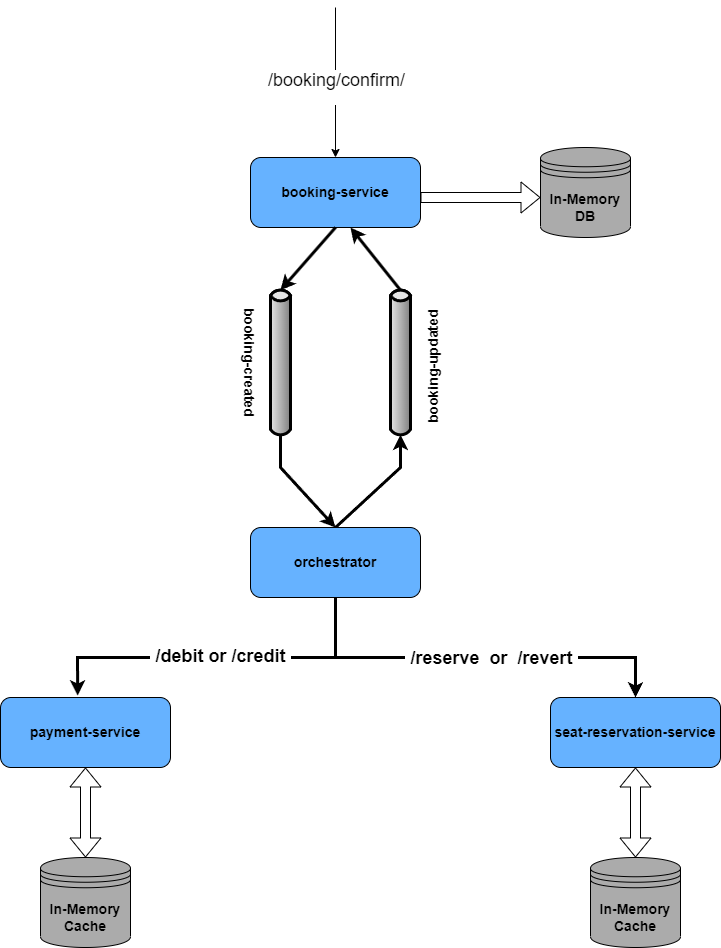
iam-devarch/flight-booking-saga-pattern keeps this draw.io diagram as images/saga-orchestrator.png. Above is the earlier version. Source tidied: cells renumbered, new cells last; positions are measured from the earlier drawing's top-left corner, leaving out a move shared by most shapes.
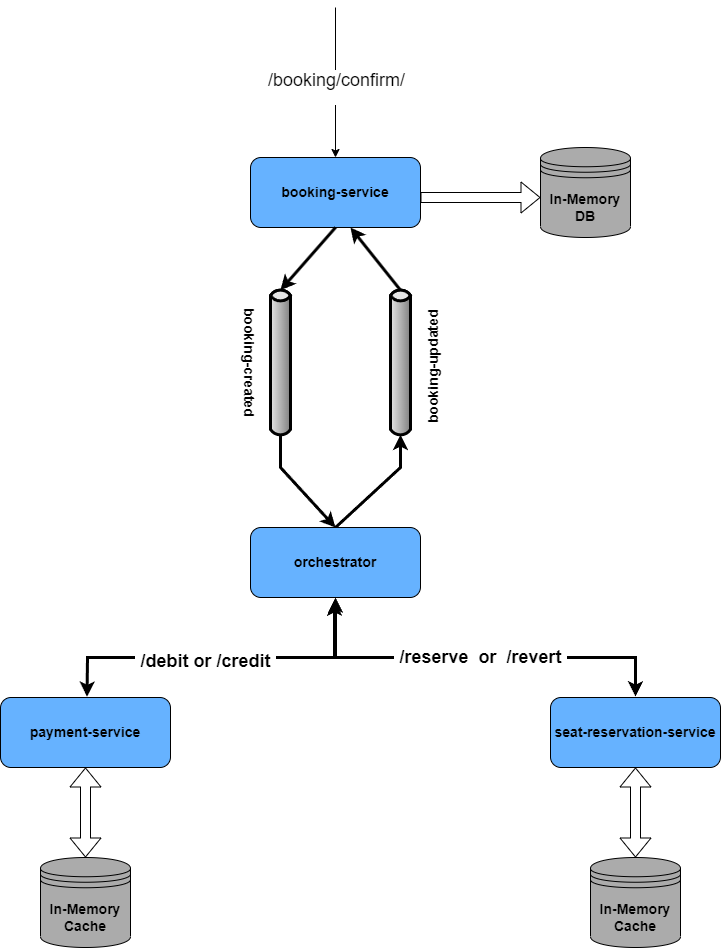
Above is the later version.

Commit message:
Update Arch diagram

Change to the diagram source:
```diff
@@ -59,33 +59,6 @@
     <mxCell id="15" value="&lt;b&gt;booking-updated&lt;/b&gt;" style="text;html=1;strokeColor=none;fillColor=default;align=center;verticalAlign=middle;whiteSpace=wrap;rounded=0;fontSize=14;rotation=-90;" parent="1" vertex="1">
       <mxGeometry x="374.8" y="344.2" width="116.5" height="30" as="geometry" />
     </mxCell>
-    <mxCell id="16" style="endArrow=classic;html=1;rounded=0;exitX=0.5;exitY=1;exitDx=0;exitDy=0;strokeWidth=3;entryX=0.454;entryY=-0.028;entryDx=0;entryDy=0;entryPerimeter=0;" parent="1" edge="1" source="14" target="20">
-      <mxGeometry relative="1" as="geometry">
-        <Array as="points">
-          <mxPoint x="335" y="650" />
-          <mxPoint x="320" y="650" />
-          <mxPoint x="77" y="650" />
-        </Array>
-      </mxGeometry>
-    </mxCell>
-    <mxCell id="17" value="&lt;font style=&quot;font-size: 18px;&quot;&gt;&lt;b style=&quot;&quot;&gt;&amp;nbsp;/debit or /credit&amp;nbsp;&lt;/b&gt;&lt;/font&gt;" style="edgeLabel;html=1;align=center;verticalAlign=middle;" parent="16" vertex="1">
-      <mxGeometry x="-0.05" y="-2" relative="1" as="geometry">
-        <mxPoint x="-6" as="offset" />
-      </mxGeometry>
-    </mxCell>
-    <mxCell id="18" style="endArrow=classic;html=1;rounded=0;exitX=0.5;exitY=1;exitDx=0;exitDy=0;strokeWidth=3;entryX=0.5;entryY=0;entryDx=0;entryDy=0;" parent="1" edge="1" source="14" target="21">
-      <mxGeometry relative="1" as="geometry">
-        <Array as="points">
-          <mxPoint x="335" y="650" />
-          <mxPoint x="635" y="650" />
-        </Array>
-      </mxGeometry>
-    </mxCell>
-    <mxCell id="19" value="&lt;font style=&quot;font-size: 18px;&quot;&gt;&lt;b&gt;&amp;nbsp;/reserve&amp;nbsp; or&amp;nbsp; /revert&amp;nbsp;&lt;/b&gt;&lt;/font&gt;" style="edgeLabel;html=1;align=center;verticalAlign=middle;" parent="18" vertex="1">
-      <mxGeometry x="-0.02" y="-4" relative="1" as="geometry">
-        <mxPoint x="20" y="-4" as="offset" />
-      </mxGeometry>
-    </mxCell>
     <mxCell id="20" value="&lt;font style=&quot;font-size: 14px;&quot;&gt;&lt;b&gt;payment-service&lt;/b&gt;&lt;/font&gt;" style="rounded=1;whiteSpace=wrap;html=1;fillColor=#66B2FF;" parent="1" vertex="1">
       <mxGeometry y="690" width="170" height="70" as="geometry" />
     </mxCell>
@@ -106,5 +79,33 @@
         <mxPoint x="635" y="760" as="targetPoint" />
       </mxGeometry>
     </mxCell>
+    <mxCell id="26" style="endArrow=classic;startArrow=classic;html=1;rounded=0;strokeWidth=3;" parent="1" edge="1">
+      <mxGeometry relative="1" as="geometry">
+        <mxPoint x="334" y="593" as="sourcePoint" />
+        <mxPoint x="635" y="689" as="targetPoint" />
+        <Array as="points">
+          <mxPoint x="334" y="650" />
+          <mxPoint x="635" y="650" />
+        </Array>
+      </mxGeometry>
+    </mxCell>
+    <mxCell id="19" value="&lt;b style=&quot;border-color: var(--border-color); font-size: 18px;&quot;&gt;&amp;nbsp;/reserve&amp;nbsp; or&amp;nbsp; /revert&amp;nbsp;&lt;/b&gt;" style="edgeLabel;html=1;align=center;verticalAlign=middle;" parent="26" vertex="1">
+      <mxGeometry x="-0.02" relative="1" as="geometry">
+        <mxPoint x="8" y="-1" as="offset" />
+      </mxGeometry>
+    </mxCell>
+    <mxCell id="27" style="endArrow=classic;startArrow=classic;html=1;rounded=0;exitX=0.509;exitY=-0.011;exitDx=0;exitDy=0;exitPerimeter=0;strokeWidth=3;" parent="1" edge="1" source="20" target="14">
+      <mxGeometry relative="1" as="geometry">
+        <Array as="points">
+          <mxPoint x="87" y="650" />
+          <mxPoint x="335" y="650" />
+        </Array>
+      </mxGeometry>
+    </mxCell>
+    <mxCell id="17" value="&lt;b style=&quot;border-color: var(--border-color); font-size: 18px;&quot;&gt;&amp;nbsp;/debit or /credit&amp;nbsp;&lt;/b&gt;" style="edgeLabel;html=1;align=center;verticalAlign=middle;" parent="27" vertex="1">
+      <mxGeometry x="-0.15" y="-3" relative="1" as="geometry">
+        <mxPoint x="10" as="offset" />
+      </mxGeometry>
+    </mxCell>
   </root>
 </mxGraphModel>
```
